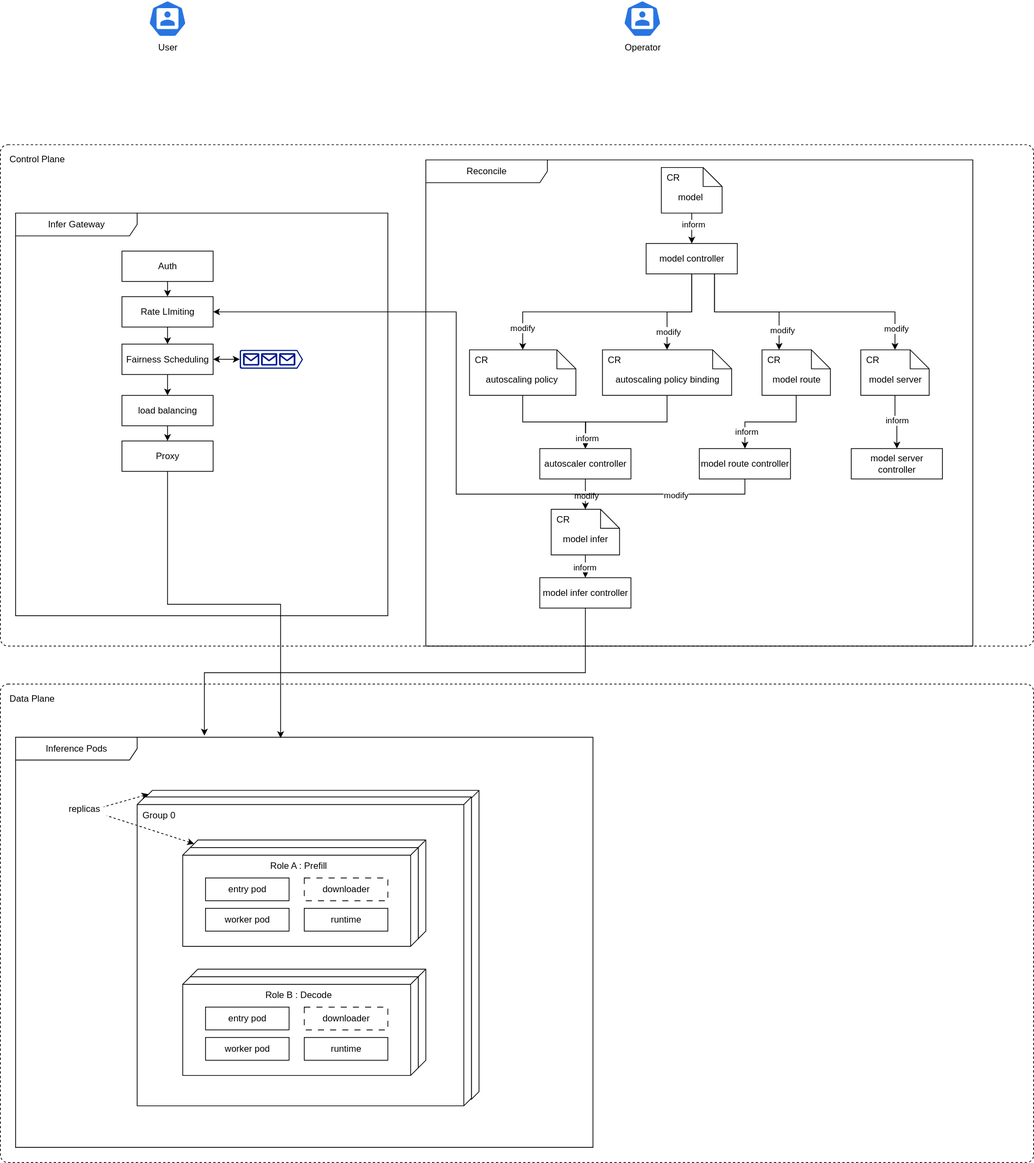
Above: docs/matrixinfer/static/img/diagrams/architecture/architecture_overview.svg in matrixinfer-ai/kthena (draw.io), before the change. Source tidied: cells renumbered, new cells last; positions are measured from the earlier drawing's top-left corner, leaving out a move shared by most shapes.
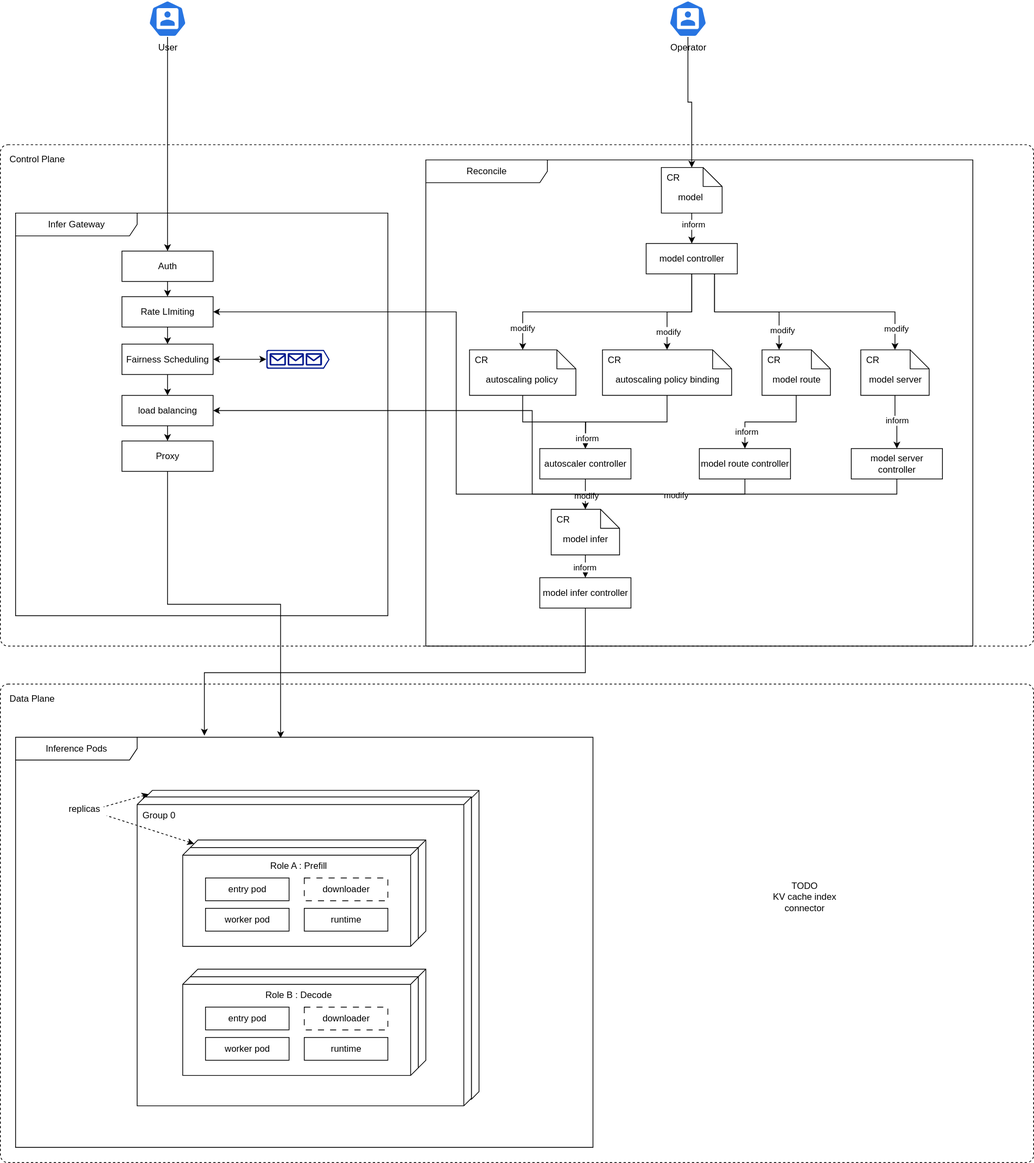
Later version of the same file.

Commit message:
Adds architecture overview diagram

Introduces an SVG diagram illustrating the high-level architecture,
offering a visual representation of the system's components and their
interactions. This helps improve understanding and onboarding for
new contributors.

What changed in the source:
```diff
@@ -15,7 +15,7 @@
       <mxGeometry x="140" y="110" width="120" height="40" as="geometry" />
     </mxCell>
     <mxCell id="6" style="sketch=0;shadow=0;dashed=0;html=1;strokeColor=none;labelPosition=center;verticalLabelPosition=bottom;verticalAlign=top;align=center;fillColor=#00188D;shape=mxgraph.azure.queue_generic;" parent="3" vertex="1">
-      <mxGeometry x="295" y="180" width="83.3" height="25" as="geometry" />
+      <mxGeometry x="330" y="180" width="83.3" height="25" as="geometry" />
     </mxCell>
     <mxCell id="7" value="load balancing" style="fontStyle=0;html=1;whiteSpace=wrap;" parent="3" vertex="1">
       <mxGeometry x="140" y="240" width="120" height="40" as="geometry" />
@@ -80,6 +80,9 @@
     <mxCell id="27" value="Inference Pods" style="shape=umlFrame;whiteSpace=wrap;html=1;width=160;" parent="1" vertex="1">
       <mxGeometry x="20" y="970" width="760" height="540" as="geometry" />
     </mxCell>
+    <mxCell id="83" style="edgeStyle=orthogonalEdgeStyle;rounded=0;jettySize=auto;html=1;exitX=0.5;exitY=1;exitDx=0;exitDy=0;exitPerimeter=0;entryX=0.5;entryY=0;entryDx=0;entryDy=0;" parent="1" edge="1" source="28" target="57">
+      <mxGeometry relative="1" as="geometry" />
+    </mxCell>
     <mxCell id="28" value="User" style="sketch=0;html=1;dashed=0;whitespace=wrap;verticalLabelPosition=bottom;verticalAlign=top;fillColor=#2875E2;strokeColor=#ffffff;points=[[0.005,0.63,0],[0.1,0.2,0],[0.9,0.2,0],[0.5,0,0],[0.995,0.63,0],[0.72,0.99,0],[0.5,1,0],[0.28,0.99,0]];shape=mxgraph.kubernetes.icon2;prIcon=user;" parent="1" vertex="1">
       <mxGeometry x="195" width="50" height="48" as="geometry" />
     </mxCell>
@@ -240,8 +243,11 @@
     <mxCell id="79" style="rounded=0;jettySize=auto;html=1;exitX=0;exitY=0;exitDx=5;exitDy=305;exitPerimeter=0;startArrow=classic;startFill=1;endArrow=none;endFill=0;dashed=1;" parent="1" edge="1" source="63" target="77">
       <mxGeometry relative="1" as="geometry" />
     </mxCell>
+    <mxCell id="84" style="edgeStyle=orthogonalEdgeStyle;rounded=0;jettySize=auto;html=1;exitX=0.5;exitY=1;exitDx=0;exitDy=0;exitPerimeter=0;entryX=0.5;entryY=0;entryDx=0;entryDy=0;" parent="1" edge="1" source="80" target="19">
+      <mxGeometry relative="1" as="geometry" />
+    </mxCell>
     <mxCell id="80" value="Operator" style="sketch=0;html=1;dashed=0;whitespace=wrap;verticalLabelPosition=bottom;verticalAlign=top;fillColor=#2875E2;strokeColor=#ffffff;points=[[0.005,0.63,0],[0.1,0.2,0],[0.9,0.2,0],[0.5,0,0],[0.995,0.63,0],[0.72,0.99,0],[0.5,1,0],[0.28,0.99,0]];shape=mxgraph.kubernetes.icon2;prIcon=user;" parent="1" vertex="1">
-      <mxGeometry x="820" width="50" height="48" as="geometry" />
+      <mxGeometry x="880" width="50" height="48" as="geometry" />
     </mxCell>
     <mxCell id="81" style="edgeStyle=orthogonalEdgeStyle;rounded=0;jettySize=auto;html=1;exitX=0.5;exitY=1;exitDx=0;exitDy=0;entryX=0.5;entryY=0;entryDx=0;entryDy=0;" parent="1" edge="1" source="7" target="58">
       <mxGeometry relative="1" as="geometry" />
@@ -249,5 +255,11 @@
     <mxCell id="82" style="edgeStyle=orthogonalEdgeStyle;rounded=0;jettySize=auto;html=1;exitX=0.5;exitY=1;exitDx=0;exitDy=0;entryX=0.459;entryY=0.002;entryDx=0;entryDy=0;entryPerimeter=0;" parent="1" edge="1" source="58" target="27">
       <mxGeometry relative="1" as="geometry" />
     </mxCell>
+    <mxCell id="85" value="TODO&lt;div&gt;KV cache index&lt;/div&gt;&lt;div&gt;connector&lt;/div&gt;" style="text;html=1;align=center;verticalAlign=middle;strokeColor=none;fillColor=none;" parent="1" vertex="1">
+      <mxGeometry x="1002.5" y="1150" width="110" height="60" as="geometry" />
+    </mxCell>
+    <mxCell id="86" style="edgeStyle=orthogonalEdgeStyle;rounded=0;jettySize=auto;html=1;exitX=0.5;exitY=1;exitDx=0;exitDy=0;entryX=1;entryY=0.5;entryDx=0;entryDy=0;" parent="1" edge="1" source="22" target="7">
+      <mxGeometry relative="1" as="geometry" />
+    </mxCell>
   </root>
 </mxGraphModel>
```
